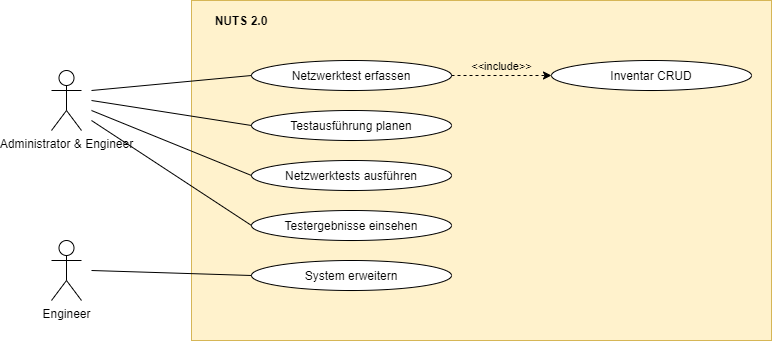
Above: Dokumentation/99_Vorlagen/Bilder/UseCaseDiagram.png in EkoGuandor229/Network-Unit-Testing (draw.io), before the change. Source tidied: cells renumbered, new cells last; positions are measured from the earlier drawing's top-left corner, leaving out a move shared by most shapes.
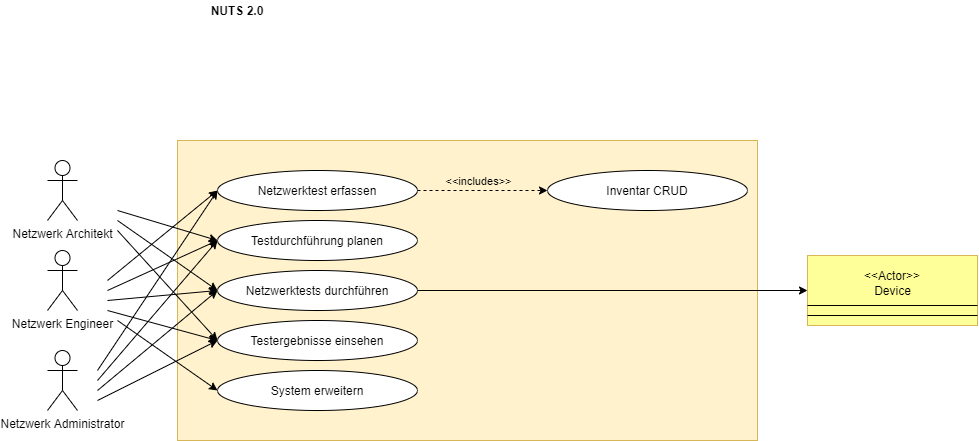
After the change.

Change to the diagram source:
```diff
@@ -2,63 +2,128 @@
   <root>
     <mxCell id="0" />
     <mxCell id="1" parent="0" />
-    <mxCell id="2" style="rounded=0;whiteSpace=wrap;html=1;fillColor=#fff2cc;strokeColor=#d6b656;" parent="1" vertex="1">
-      <mxGeometry x="140" width="580" height="340" as="geometry" />
-    </mxCell>
-    <mxCell id="3" value="Administrator &amp;amp; Engineer" style="shape=umlActor;verticalLabelPosition=bottom;labelBackgroundColor=#ffffff;verticalAlign=top;html=1;" parent="1" vertex="1">
-      <mxGeometry y="70" width="30" height="60" as="geometry" />
-    </mxCell>
-    <mxCell id="4" value="Engineer" style="shape=umlActor;verticalLabelPosition=bottom;labelBackgroundColor=#ffffff;verticalAlign=top;html=1;" parent="1" vertex="1">
-      <mxGeometry y="240" width="30" height="60" as="geometry" />
-    </mxCell>
+    <mxCell id="18" style="rounded=0;whiteSpace=wrap;html=1;strokeColor=#d6b656;fillColor=#fff2cc;" parent="1" vertex="1">
+      <mxGeometry x="160" y="30" width="580" height="300" as="geometry" />
+    </mxCell>
+    <mxCell id="19" value="Netzwerk Architekt" style="shape=umlActor;verticalLabelPosition=bottom;labelBackgroundColor=#ffffff;verticalAlign=top;html=1;strokeColor=#000000;" parent="1" vertex="1">
+      <mxGeometry x="30" y="50" width="30" height="60" as="geometry" />
+    </mxCell>
+    <mxCell id="6" value="Netzwerktest erfassen" style="ellipse;whiteSpace=wrap;html=1;strokeColor=#000000;" parent="1" vertex="1">
+      <mxGeometry x="200" y="60" width="200" height="40" as="geometry" />
+    </mxCell>
+    <mxCell id="20" value="Testdurchführung planen" style="ellipse;whiteSpace=wrap;html=1;strokeColor=#000000;" parent="1" vertex="1">
+      <mxGeometry x="200" y="110" width="200" height="40" as="geometry" />
+    </mxCell>
+    <mxCell id="21" value="Netzwerktests durchführen" style="ellipse;whiteSpace=wrap;html=1;strokeColor=#000000;" parent="1" vertex="1">
+      <mxGeometry x="200" y="160" width="200" height="40" as="geometry" />
+    </mxCell>
+    <mxCell id="8" value="Testergebnisse einsehen" style="ellipse;whiteSpace=wrap;html=1;strokeColor=#000000;" parent="1" vertex="1">
+      <mxGeometry x="200" y="210" width="200" height="40" as="geometry" />
+    </mxCell>
+    <mxCell id="17" value="&lt;b&gt;NUTS 2.0&lt;/b&gt;" style="text;html=1;strokeColor=none;fillColor=none;align=center;verticalAlign=middle;whiteSpace=wrap;rounded=0;" parent="1" vertex="1">
+      <mxGeometry x="140" y="-110" width="160" height="20" as="geometry" />
+    </mxCell>
+    <mxCell id="22" value="Device" style="html=1;strokeColor=#d6b656;fillColor=#FFFF99;" parent="1" vertex="1">
+      <mxGeometry x="790" y="145" width="170" height="70" as="geometry" />
+    </mxCell>
+    <mxCell id="23" value="&amp;lt;&amp;lt;Actor&amp;gt;&amp;gt;" style="text;html=1;strokeColor=none;fillColor=none;align=center;verticalAlign=middle;whiteSpace=wrap;rounded=0;" parent="1" vertex="1">
+      <mxGeometry x="855" y="155" width="40" height="20" as="geometry" />
+    </mxCell>
+    <mxCell id="24" style="endArrow=none;html=1;entryX=1;entryY=0.5;entryDx=0;entryDy=0;" parent="1" edge="1">
+      <mxGeometry relative="1" as="geometry">
+        <mxPoint x="790" y="205" as="sourcePoint" />
+        <mxPoint x="960" y="205" as="targetPoint" />
+      </mxGeometry>
+    </mxCell>
+    <mxCell id="25" style="endArrow=none;html=1;entryX=1;entryY=0.5;entryDx=0;entryDy=0;" parent="1" edge="1">
+      <mxGeometry relative="1" as="geometry">
+        <mxPoint x="790" y="195" as="sourcePoint" />
+        <mxPoint x="960" y="195" as="targetPoint" />
+      </mxGeometry>
+    </mxCell>
+    <mxCell id="26" value="Netzwerk Engineer" style="shape=umlActor;verticalLabelPosition=bottom;labelBackgroundColor=#ffffff;verticalAlign=top;html=1;strokeColor=#000000;" parent="1" vertex="1">
+      <mxGeometry x="30" y="140" width="30" height="60" as="geometry" />
+    </mxCell>
+    <mxCell id="27" value="Netzwerk Administrator" style="shape=umlActor;verticalLabelPosition=bottom;labelBackgroundColor=#ffffff;verticalAlign=top;html=1;strokeColor=#000000;" parent="1" vertex="1">
+      <mxGeometry x="30" y="240" width="30" height="60" as="geometry" />
+    </mxCell>
+    <mxCell id="9" value="System erweitern" style="ellipse;whiteSpace=wrap;html=1;strokeColor=#000000;" parent="1" vertex="1">
+      <mxGeometry x="200" y="260" width="200" height="40" as="geometry" />
+    </mxCell>
-    <mxCell id="5" value="Inventar CRUD" style="ellipse;whiteSpace=wrap;html=1;" parent="1" vertex="1">
-      <mxGeometry x="500" y="60" width="200" height="30" as="geometry" />
+    <mxCell id="5" value="Inventar CRUD" style="ellipse;whiteSpace=wrap;html=1;strokeColor=#000000;" parent="1" vertex="1">
+      <mxGeometry x="530" y="60" width="200" height="40" as="geometry" />
     </mxCell>
-    <mxCell id="6" value="Netzwerktest erfassen" style="ellipse;whiteSpace=wrap;html=1;" parent="1" vertex="1">
-      <mxGeometry x="200" y="60" width="200" height="30" as="geometry" />
-    </mxCell>
-    <mxCell id="7" value="Testausführung planen" style="ellipse;whiteSpace=wrap;html=1;" parent="1" vertex="1">
-      <mxGeometry x="200" y="110" width="200" height="30" as="geometry" />
-    </mxCell>
-    <mxCell id="8" value="Testergebnisse einsehen" style="ellipse;whiteSpace=wrap;html=1;" parent="1" vertex="1">
-      <mxGeometry x="200" y="210" width="200" height="30" as="geometry" />
-    </mxCell>
-    <mxCell id="9" value="System erweitern" style="ellipse;whiteSpace=wrap;html=1;" parent="1" vertex="1">
-      <mxGeometry x="200" y="260" width="200" height="30" as="geometry" />
-    </mxCell>
-    <mxCell id="10" style="endArrow=none;html=1;entryX=0;entryY=0.5;entryDx=0;entryDy=0;" parent="1" edge="1" target="6">
-      <mxGeometry relative="1" as="geometry">
-        <mxPoint x="40" y="90" as="sourcePoint" />
-      </mxGeometry>
-    </mxCell>
-    <mxCell id="11" style="endArrow=none;html=1;entryX=0;entryY=0.5;entryDx=0;entryDy=0;" parent="1" edge="1" target="7">
-      <mxGeometry relative="1" as="geometry">
-        <mxPoint x="40" y="100" as="sourcePoint" />
-      </mxGeometry>
-    </mxCell>
-    <mxCell id="12" value="Netzwerktests ausführen" style="ellipse;whiteSpace=wrap;html=1;" parent="1" vertex="1">
-      <mxGeometry x="200" y="160" width="200" height="30" as="geometry" />
-    </mxCell>
-    <mxCell id="13" style="endArrow=none;html=1;entryX=0;entryY=0.5;entryDx=0;entryDy=0;" parent="1" edge="1" target="12">
-      <mxGeometry relative="1" as="geometry">
-        <mxPoint x="40" y="110" as="sourcePoint" />
-      </mxGeometry>
-    </mxCell>
-    <mxCell id="14" style="endArrow=none;html=1;entryX=0;entryY=0.5;entryDx=0;entryDy=0;" parent="1" edge="1" target="8">
-      <mxGeometry relative="1" as="geometry">
-        <mxPoint x="40" y="120" as="sourcePoint" />
-      </mxGeometry>
-    </mxCell>
-    <mxCell id="15" style="endArrow=none;html=1;entryX=0;entryY=0.5;entryDx=0;entryDy=0;" parent="1" edge="1" target="9">
-      <mxGeometry relative="1" as="geometry">
-        <mxPoint x="40" y="270" as="sourcePoint" />
-      </mxGeometry>
-    </mxCell>
-    <mxCell id="16" value="&amp;lt;&amp;lt;include&amp;gt;&amp;gt;" style="endArrow=classic;dashed=1;html=1;entryX=0;entryY=0.5;entryDx=0;entryDy=0;exitX=1;exitY=0.5;exitDx=0;exitDy=0;labelPosition=center;verticalLabelPosition=top;align=center;verticalAlign=bottom;endFill=1;labelBackgroundColor=none;" parent="1" edge="1" source="6" target="5">
+    <mxCell id="16" style="endArrow=classic;html=1;exitX=1;exitY=0.5;exitDx=0;exitDy=0;entryX=0;entryY=0.5;entryDx=0;entryDy=0;dashed=1;" parent="1" edge="1" source="6" target="5">
       <mxGeometry relative="1" as="geometry" />
     </mxCell>
-    <mxCell id="17" value="NUTS 2.0" style="text;html=1;strokeColor=none;fillColor=none;align=center;verticalAlign=middle;whiteSpace=wrap;rounded=0;fontStyle=1;" parent="1" vertex="1">
-      <mxGeometry x="160" y="10" width="60" height="20" as="geometry" />
-    </mxCell>
+    <mxCell id="28" value="&amp;lt;&amp;lt;includes&amp;gt;&amp;gt;" style="edgeLabel;html=1;align=center;verticalAlign=middle;labelBackgroundColor=none;" parent="16" vertex="1">
+      <mxGeometry x="0.23" relative="1" as="geometry">
+        <mxPoint x="-20" y="-10" as="offset" />
+      </mxGeometry>
+    </mxCell>
+    <mxCell id="29" style="endArrow=classic;html=1;exitX=1;exitY=0.5;exitDx=0;exitDy=0;" parent="1" edge="1" source="21" target="22">
+      <mxGeometry relative="1" as="geometry" />
+    </mxCell>
+    <mxCell id="30" style="endArrow=classic;html=1;entryX=0;entryY=0.5;entryDx=0;entryDy=0;" parent="1" edge="1" target="20">
+      <mxGeometry relative="1" as="geometry">
+        <mxPoint x="100" y="100" as="sourcePoint" />
+      </mxGeometry>
+    </mxCell>
+    <mxCell id="31" style="endArrow=classic;html=1;entryX=0;entryY=0.5;entryDx=0;entryDy=0;" parent="1" edge="1" target="21">
+      <mxGeometry relative="1" as="geometry">
+        <mxPoint x="100" y="110" as="sourcePoint" />
+      </mxGeometry>
+    </mxCell>
+    <mxCell id="32" style="endArrow=classic;html=1;entryX=0;entryY=0.5;entryDx=0;entryDy=0;" parent="1" edge="1" target="8">
+      <mxGeometry relative="1" as="geometry">
+        <mxPoint x="100" y="120" as="sourcePoint" />
+      </mxGeometry>
+    </mxCell>
+    <mxCell id="33" style="endArrow=classic;html=1;entryX=0;entryY=0.5;entryDx=0;entryDy=0;" parent="1" edge="1" target="6">
+      <mxGeometry relative="1" as="geometry">
+        <mxPoint x="90" y="170" as="sourcePoint" />
+      </mxGeometry>
+    </mxCell>
+    <mxCell id="34" style="endArrow=classic;html=1;entryX=0;entryY=0.5;entryDx=0;entryDy=0;" parent="1" edge="1" target="20">
+      <mxGeometry relative="1" as="geometry">
+        <mxPoint x="90" y="180" as="sourcePoint" />
+      </mxGeometry>
+    </mxCell>
+    <mxCell id="35" style="endArrow=classic;html=1;entryX=0;entryY=0.5;entryDx=0;entryDy=0;" parent="1" edge="1" target="21">
+      <mxGeometry relative="1" as="geometry">
+        <mxPoint x="90" y="190" as="sourcePoint" />
+      </mxGeometry>
+    </mxCell>
+    <mxCell id="36" style="endArrow=classic;html=1;entryX=0;entryY=0.5;entryDx=0;entryDy=0;" parent="1" edge="1" target="8">
+      <mxGeometry relative="1" as="geometry">
+        <mxPoint x="90" y="200" as="sourcePoint" />
+      </mxGeometry>
+    </mxCell>
+    <mxCell id="37" style="endArrow=classic;html=1;entryX=0;entryY=0.5;entryDx=0;entryDy=0;" parent="1" edge="1" target="9">
+      <mxGeometry relative="1" as="geometry">
+        <mxPoint x="100" y="210" as="sourcePoint" />
+      </mxGeometry>
+    </mxCell>
+    <mxCell id="38" style="endArrow=classic;html=1;" parent="1" edge="1">
+      <mxGeometry relative="1" as="geometry">
+        <mxPoint x="80" y="260" as="sourcePoint" />
+        <mxPoint x="200" y="80" as="targetPoint" />
+      </mxGeometry>
+    </mxCell>
+    <mxCell id="39" style="endArrow=classic;html=1;entryX=0;entryY=0.5;entryDx=0;entryDy=0;" parent="1" edge="1" target="20">
+      <mxGeometry relative="1" as="geometry">
+        <mxPoint x="80" y="270" as="sourcePoint" />
+      </mxGeometry>
+    </mxCell>
+    <mxCell id="40" style="endArrow=classic;html=1;entryX=0;entryY=0.5;entryDx=0;entryDy=0;" parent="1" edge="1" target="21">
+      <mxGeometry relative="1" as="geometry">
+        <mxPoint x="80" y="280" as="sourcePoint" />
+      </mxGeometry>
+    </mxCell>
+    <mxCell id="41" style="endArrow=classic;html=1;entryX=0;entryY=0.5;entryDx=0;entryDy=0;" parent="1" edge="1" target="8">
+      <mxGeometry relative="1" as="geometry">
+        <mxPoint x="80" y="290" as="sourcePoint" />
+      </mxGeometry>
+    </mxCell>
   </root>
 </mxGraphModel>
```
